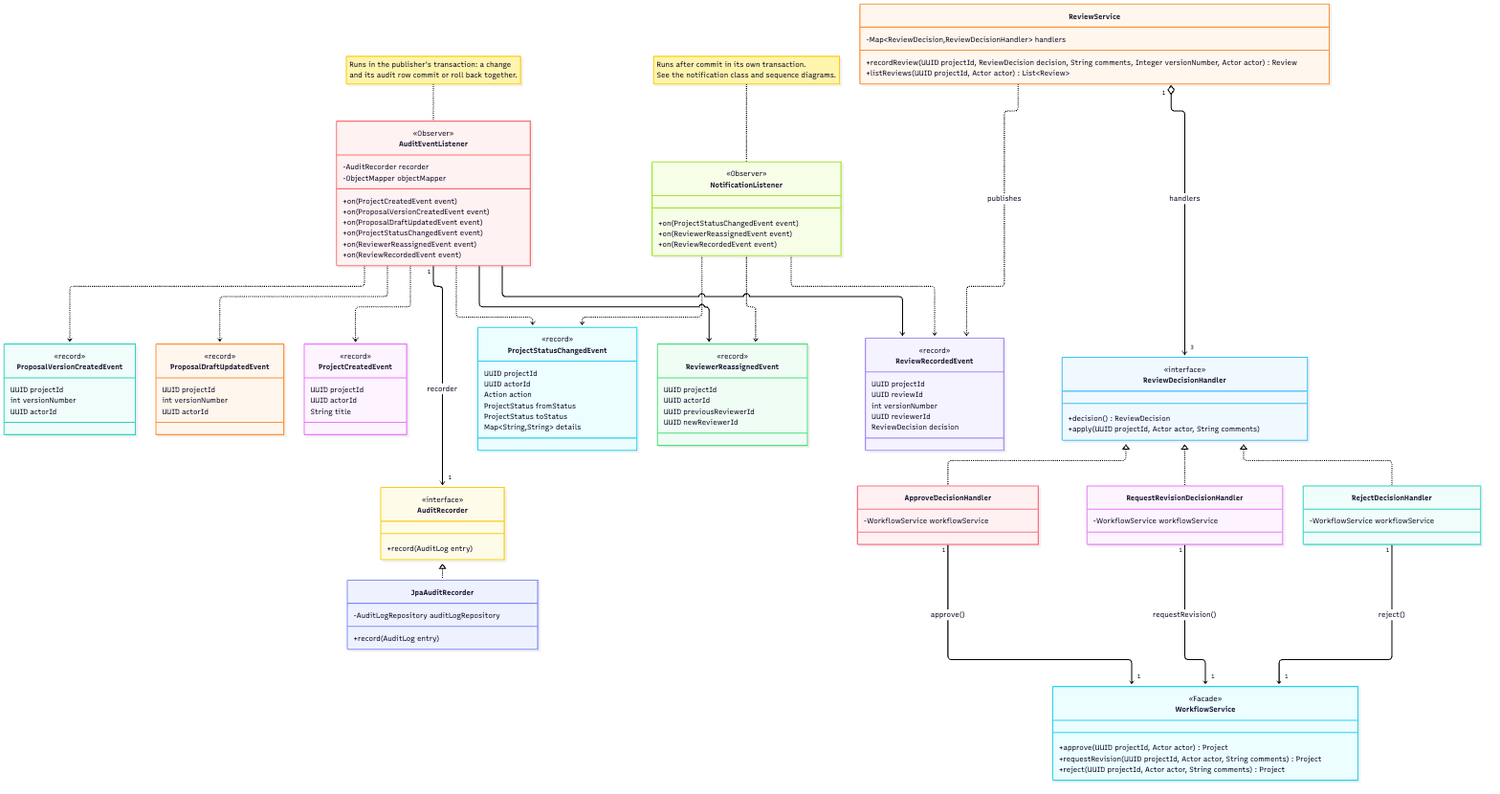
Earlier version of the PlantUML export docs/uml/mermaid-png/12_events_and_strategies.png (udita-0707/Prastaav). Its source is kept beside it as docs/uml/12_events_and_strategies.puml. The source it was exported from:
```plantuml
@startuml 12_events_and_strategies
!include _style.iuml
title Prastav - Observer (domain events and audit) and Strategy (review decisions)
hide empty members

class ProjectCreatedEvent <<record>> {
  projectId : UUID
  actorId : UUID
  title : String
}

class ProposalVersionCreatedEvent <<record>> {
  projectId : UUID
  versionNumber : int
  actorId : UUID
}

class ProposalDraftUpdatedEvent <<record>> {
  projectId : UUID
  versionNumber : int
  actorId : UUID
}

class ProjectStatusChangedEvent <<record>> {
  projectId : UUID
  actorId : UUID
  action : Action
  fromStatus : ProjectStatus
  toStatus : ProjectStatus
  details : Map<String, String>
}

class ReviewerReassignedEvent <<record>> {
  projectId : UUID
  actorId : UUID
  previousReviewerId : UUID
  newReviewerId : UUID
}

class ReviewRecordedEvent <<record>> {
  projectId : UUID
  reviewId : UUID
  versionNumber : int
  reviewerId : UUID
  decision : ReviewDecision
}

class AuditEventListener <<Observer>> {
  - recorder : AuditRecorder
  - objectMapper : ObjectMapper
  + on(event : ProjectCreatedEvent)
  + on(event : ProposalVersionCreatedEvent)
  + on(event : ProposalDraftUpdatedEvent)
  + on(event : ProjectStatusChangedEvent)
  + on(event : ReviewerReassignedEvent)
  + on(event : ReviewRecordedEvent)
}

interface AuditRecorder {
  + record(entry : AuditLog)
}

class JpaAuditRecorder {
  - auditLogRepository : AuditLogRepository
  + record(entry : AuditLog)
}

class NotificationListener <<Observer>> {
  + on(event : ProjectStatusChangedEvent)
  + on(event : ReviewerReassignedEvent)
  + on(event : ReviewRecordedEvent)
}

interface ReviewDecisionHandler <<Strategy>> {
  + decision() : ReviewDecision
  + apply(projectId : UUID, actor : Actor, comments : String)
}

class ApproveDecisionHandler {
  - workflowService : WorkflowService
}

class RequestRevisionDecisionHandler {
  - workflowService : WorkflowService
}

class RejectDecisionHandler {
  - workflowService : WorkflowService
}

class ReviewService {
  - handlers : Map<ReviewDecision, ReviewDecisionHandler>
  + recordReview(projectId : UUID, decision : ReviewDecision, comments : String, versionNumber : Integer, actor : Actor) : Review
  + listReviews(projectId : UUID, actor : Actor) : List<Review>
}

class WorkflowService <<Facade>> {
  + approve(projectId : UUID, actor : Actor) : Project
  + requestRevision(projectId : UUID, actor : Actor, comments : String) : Project
  + reject(projectId : UUID, actor : Actor, comments : String) : Project
}

AuditRecorder <|.. JpaAuditRecorder
AuditEventListener "1" --> "1" AuditRecorder : recorder
AuditEventListener ..> ProjectCreatedEvent
AuditEventListener ..> ProposalVersionCreatedEvent
AuditEventListener ..> ProposalDraftUpdatedEvent
AuditEventListener ..> ProjectStatusChangedEvent
AuditEventListener ..> ReviewerReassignedEvent
AuditEventListener ..> ReviewRecordedEvent
NotificationListener ..> ProjectStatusChangedEvent
NotificationListener ..> ReviewerReassignedEvent
NotificationListener ..> ReviewRecordedEvent
ReviewDecisionHandler <|.. ApproveDecisionHandler
ReviewDecisionHandler <|.. RequestRevisionDecisionHandler
ReviewDecisionHandler <|.. RejectDecisionHandler
ReviewService "1" o--> "3" ReviewDecisionHandler : handlers
ReviewService ..> ReviewRecordedEvent : publishes
ApproveDecisionHandler "1" --> "1" WorkflowService : approve()
RequestRevisionDecisionHandler "1" --> "1" WorkflowService : requestRevision()
RejectDecisionHandler "1" --> "1" WorkflowService : reject()

note right of AuditEventListener
  Runs in the publisher's transaction: a change
  and its audit row commit or roll back together.
end note

note right of NotificationListener
  Runs after commit in its own transaction.
  See the notification class and sequence diagrams.
end note
@enduml
```
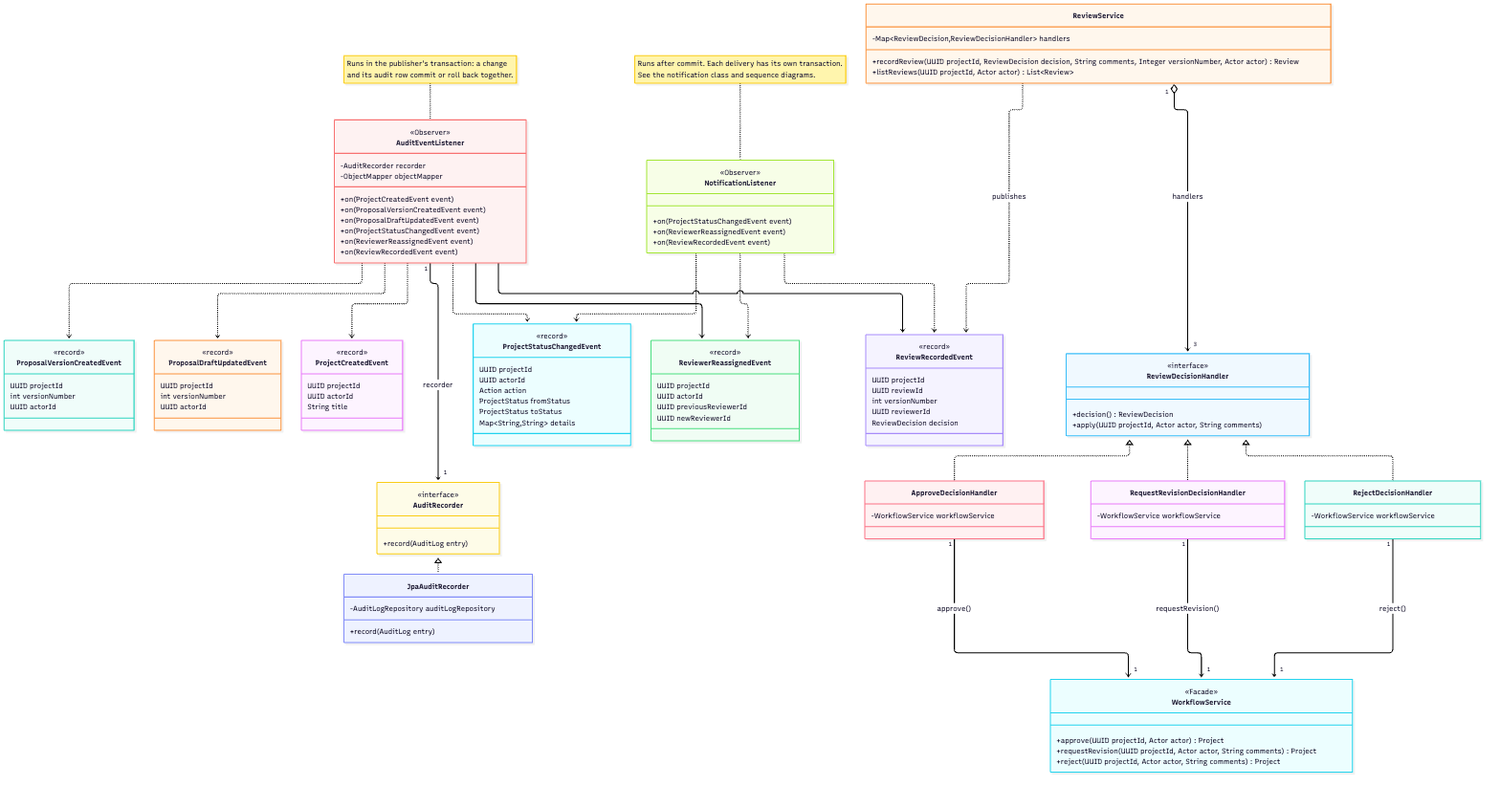
Later version of the same file.

Diff of the diagram source:
```diff
@@ -126,7 +126,7 @@
 end note
 
 note right of NotificationListener
-  Runs after commit in its own transaction.
+  Runs after commit. Each delivery has its own transaction.
   See the notification class and sequence diagrams.
 end note
 @enduml
```
